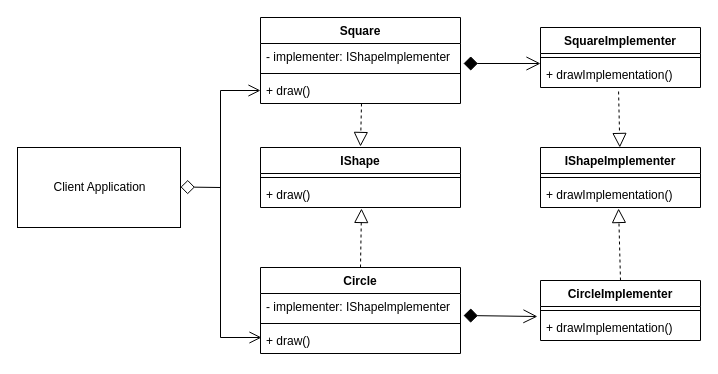
Kazantip94/Patern keeps this draw.io diagram as Structural/Bridge/bridge.drawio. Above is the earlier version. Source tidied: cells renumbered, new cells numbered last; positions are measured from the earlier drawing's top-left corner, leaving out a move shared by most shapes. Both pictures are drawn from the tidied source at 100%, with x=0, y=0 at pixel (17, 17).
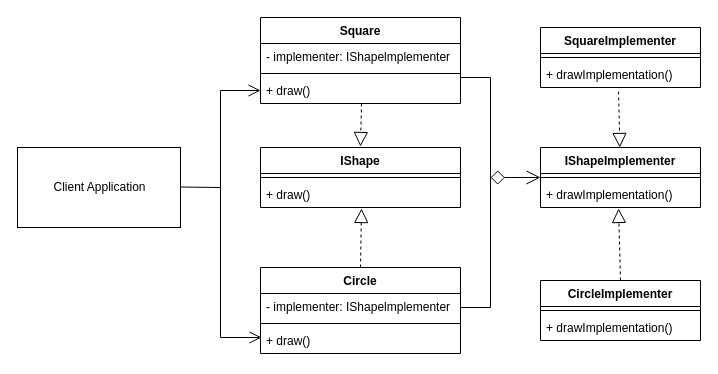
After the change.

Commit message:
add bridge pattern

Unchanged cells that the change refers to:
```xml
<mxCell id="4" value="- implementer: IShapelmplementer" style="text;strokeColor=none;fillColor=none;align=left;verticalAlign=top;spacingLeft=4;spacingRight=4;overflow=hidden;points=[[0,0.5],[1,0.5]];portConstraint=eastwest;" parent="3" vertex="1">
  <mxGeometry y="26" width="200" height="26" as="geometry" />
</mxCell>
<mxCell id="6" value="+ draw()" style="text;strokeColor=none;fillColor=none;align=left;verticalAlign=top;spacingLeft=4;spacingRight=4;overflow=hidden;points=[[0,0.5],[1,0.5]];portConstraint=eastwest;" parent="3" vertex="1">
  <mxGeometry y="60" width="200" height="26" as="geometry" />
</mxCell>
<mxCell id="10" value="Circle" style="swimlane;fontStyle=1;align=center;verticalAlign=top;horizontal=1;startSize=26;" parent="1" vertex="1">
  <mxGeometry x="243" y="250" width="200" height="86" as="geometry" />
</mxCell>
<mxCell id="11" value="- implementer: IShapelmplementer" style="text;strokeColor=none;fillColor=none;align=left;verticalAlign=top;spacingLeft=4;spacingRight=4;overflow=hidden;points=[[0,0.5],[1,0.5]];portConstraint=eastwest;" parent="10" vertex="1">
  <mxGeometry y="26" width="200" height="26" as="geometry" />
</mxCell>
<mxCell id="17" value="IShapeImplementer" style="swimlane;fontStyle=1;align=center;verticalAlign=top;horizontal=1;startSize=26;" parent="1" vertex="1">
  <mxGeometry x="523" y="130" width="160" height="60" as="geometry" />
</mxCell>
<mxCell id="22" value="+ drawImplementation()" style="text;strokeColor=none;fillColor=none;align=left;verticalAlign=top;spacingLeft=4;spacingRight=4;overflow=hidden;points=[[0,0.5],[1,0.5]];portConstraint=eastwest;" parent="20" vertex="1">
  <mxGeometry y="34" width="160" height="26" as="geometry" />
</mxCell>
```

Change to the diagram source:
```diff
@@
+    <mxCell id="33" style="edgeStyle=orthogonalEdgeStyle;rounded=0;jettySize=auto;html=1;startArrow=none;startFill=0;endArrow=none;endFill=0;endSize=12;" parent="1" edge="1" source="10" target="6">
+      <mxGeometry relative="1" as="geometry">
+        <Array as="points">
+          <mxPoint x="473" y="290" />
+          <mxPoint x="473" y="60" />
+        </Array>
+      </mxGeometry>
+    </mxCell>
@@
+    <mxCell id="34" style="edgeStyle=orthogonalEdgeStyle;rounded=0;jettySize=auto;html=1;startArrow=open;startFill=0;endArrow=diamond;endFill=0;endSize=12;startSize=12;" parent="1" edge="1" source="17">
+      <mxGeometry relative="1" as="geometry">
+        <mxPoint x="473" y="160" as="targetPoint" />
+      </mxGeometry>
+    </mxCell>
@@
-    <mxCell id="23" style="html=1;verticalAlign=bottom;startArrow=diamond;startFill=0;endArrow=none;startSize=12;endFill=0;" parent="1" edge="1">
+    <mxCell id="23" style="html=1;verticalAlign=bottom;startArrow=none;startFill=0;endArrow=none;startSize=12;endFill=0;" parent="1" edge="1">
       <mxGeometry relative="1" as="geometry">
         <mxPoint x="163" y="169.5" as="sourcePoint" />
         <mxPoint x="203" y="170" as="targetPoint" />
       </mxGeometry>
     </mxCell>
@@
-    <mxCell id="31" style="html=1;verticalAlign=bottom;startArrow=diamond;startFill=1;endArrow=open;startSize=12;exitX=1.015;exitY=0.769;exitDx=0;exitDy=0;exitPerimeter=0;endFill=0;endSize=12;" parent="1" edge="1" source="4">
-      <mxGeometry relative="1" as="geometry">
-        <mxPoint x="523" y="46" as="targetPoint" />
-      </mxGeometry>
-    </mxCell>
-    <mxCell id="32" style="html=1;verticalAlign=bottom;startArrow=diamond;startFill=1;endArrow=open;startSize=12;exitX=1.015;exitY=0.846;exitDx=0;exitDy=0;exitPerimeter=0;endFill=0;endSize=12;entryX=-0.019;entryY=0.077;entryDx=0;entryDy=0;entryPerimeter=0;" parent="1" edge="1" source="11" target="22">
-      <mxGeometry relative="1" as="geometry" />
-    </mxCell>
```
